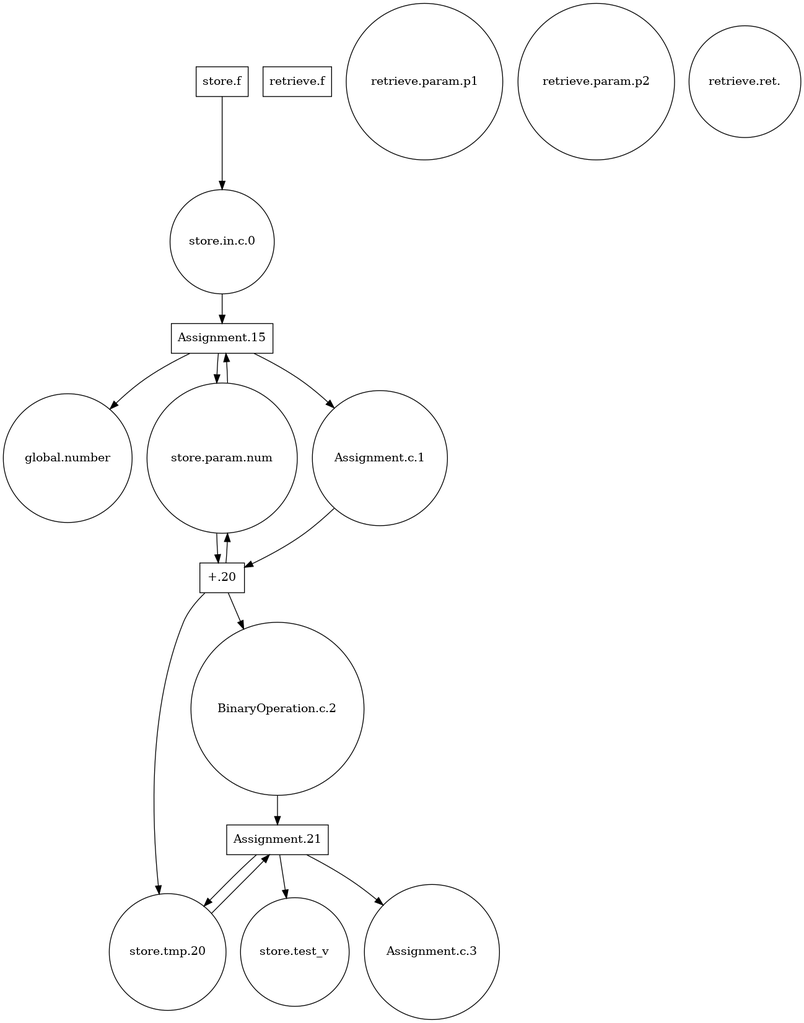
The Graphviz diagram bin/CPN.png in Yowen397/modeler, before a commit. Its source is kept beside it as bin/CPN.dot.
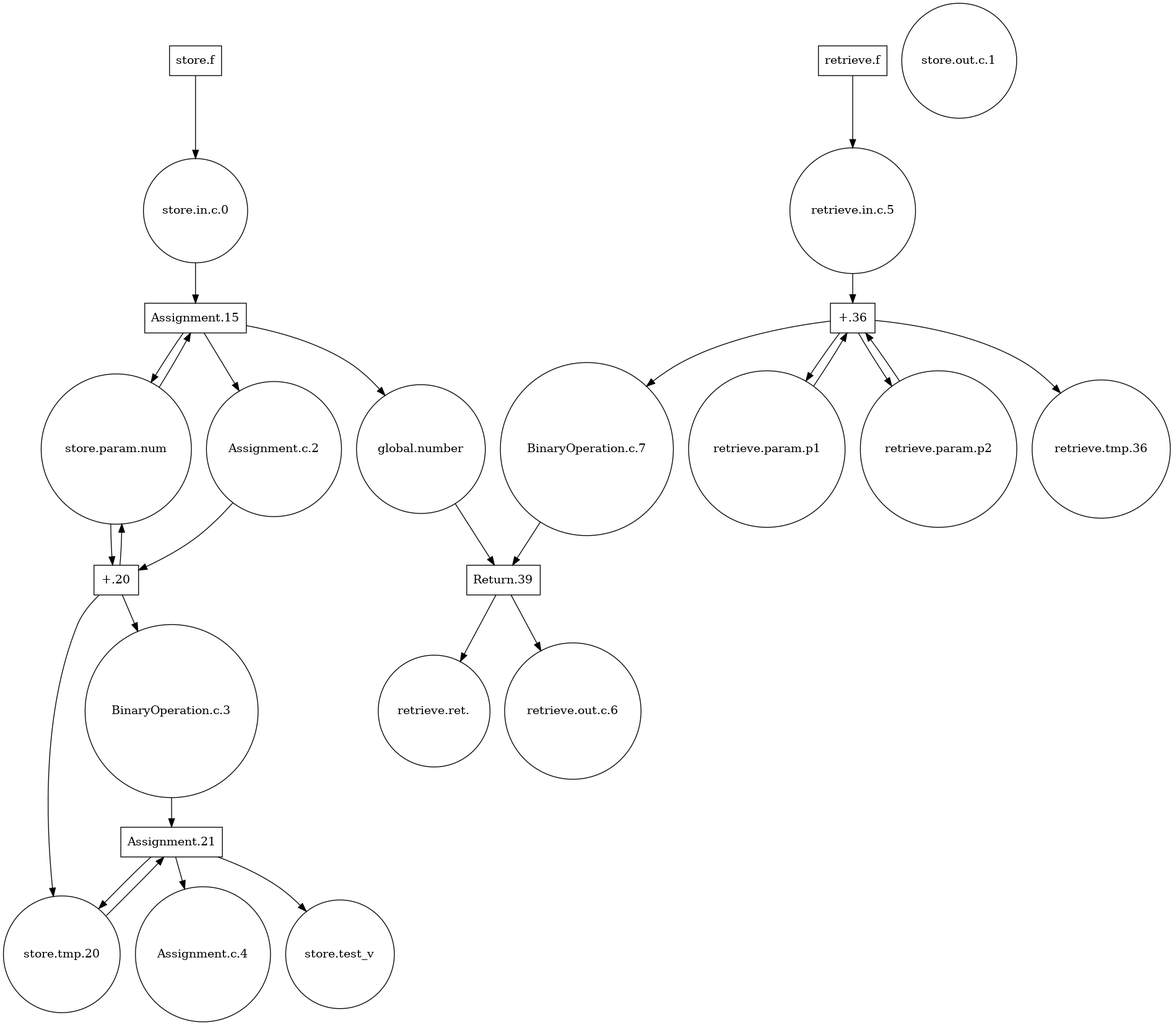
The same file after the commit.

Diff of the diagram source:
```diff
@@ -5,6 +5,8 @@
 "Assignment.15"[label="Assignment.15"]
 "+.20"[label="+.20"]
 "Assignment.21"[label="Assignment.21"]
+"+.36"[label="+.36"]
+"Return.39"[label="Return.39"]
 node[shape=circle]
 "global.number"[label="global.number"]
 "store.test_v"[label="store.test_v"]
@@ -13,24 +15,41 @@
 "retrieve.param.p2"[label="retrieve.param.p2"]
 "retrieve.ret."[label="retrieve.ret."]
 "store.in.c.0"[label="store.in.c.0"]
-"Assignment.c.1"[label="Assignment.c.1"]
+"store.out.c.1"[label="store.out.c.1"]
+"Assignment.c.2"[label="Assignment.c.2"]
 "store.tmp.20"[label="store.tmp.20"]
-"BinaryOperation.c.2"[label="BinaryOperation.c.2"]
-"Assignment.c.3"[label="Assignment.c.3"]
+"BinaryOperation.c.3"[label="BinaryOperation.c.3"]
+"Assignment.c.4"[label="Assignment.c.4"]
+"retrieve.in.c.5"[label="retrieve.in.c.5"]
+"retrieve.out.c.6"[label="retrieve.out.c.6"]
+"retrieve.tmp.36"[label="retrieve.tmp.36"]
+"BinaryOperation.c.7"[label="BinaryOperation.c.7"]
 "store.f"->"store.in.c.0"
 "store.in.c.0"->"Assignment.15"
 "store.param.num"->"Assignment.15"
 "Assignment.15"->"store.param.num"
 "Assignment.15"->"global.number"
-"Assignment.15"->"Assignment.c.1"
-"Assignment.c.1"->"+.20"
+"Assignment.15"->"Assignment.c.2"
+"Assignment.c.2"->"+.20"
 "store.param.num"->"+.20"
 "+.20"->"store.param.num"
 "+.20"->"store.tmp.20"
-"+.20"->"BinaryOperation.c.2"
-"BinaryOperation.c.2"->"Assignment.21"
+"+.20"->"BinaryOperation.c.3"
+"BinaryOperation.c.3"->"Assignment.21"
 "store.tmp.20"->"Assignment.21"
 "Assignment.21"->"store.tmp.20"
 "Assignment.21"->"store.test_v"
-"Assignment.21"->"Assignment.c.3"
+"Assignment.21"->"Assignment.c.4"
+"retrieve.f"->"retrieve.in.c.5"
+"retrieve.in.c.5"->"+.36"
+"retrieve.param.p2"->"+.36"
+"+.36"->"retrieve.param.p2"
+"retrieve.param.p1"->"+.36"
+"+.36"->"retrieve.param.p1"
+"+.36"->"retrieve.tmp.36"
+"+.36"->"BinaryOperation.c.7"
+"BinaryOperation.c.7"->"Return.39"
+"global.number"->"Return.39"
+"Return.39"->"retrieve.ret."
+"Return.39"->"retrieve.out.c.6"
 }
```
